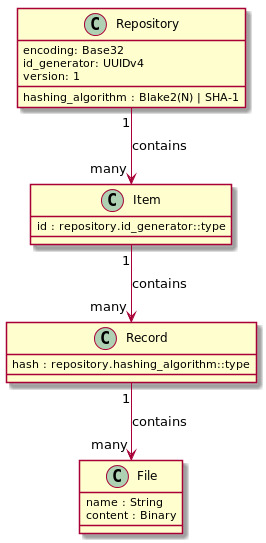
Before: doc/overview.png, a diagram exported from PlantUML (sit-fyi/sit).
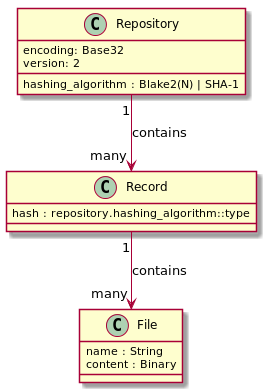
After the change.

What changed in the source:
```diff
@@ -2,11 +2,7 @@
 class Repository {
   hashing_algorithm : Blake2(N) | SHA-1
   encoding: Base32
-  id_generator: UUIDv4
-  version: 1
-}
-class Item {
-  id : repository.id_generator::type
+  version: 2
 }
 class Record {
   hash : repository.hashing_algorithm::type
@@ -15,7 +11,6 @@
   name : String
   content : Binary
 }
-Repository "1" --> "many" Item: contains
-Item "1" --> "many" Record: contains
+Repository "1" --> "many" Record: contains
 Record "1" --> "many" File: contains
 @enduml
```
